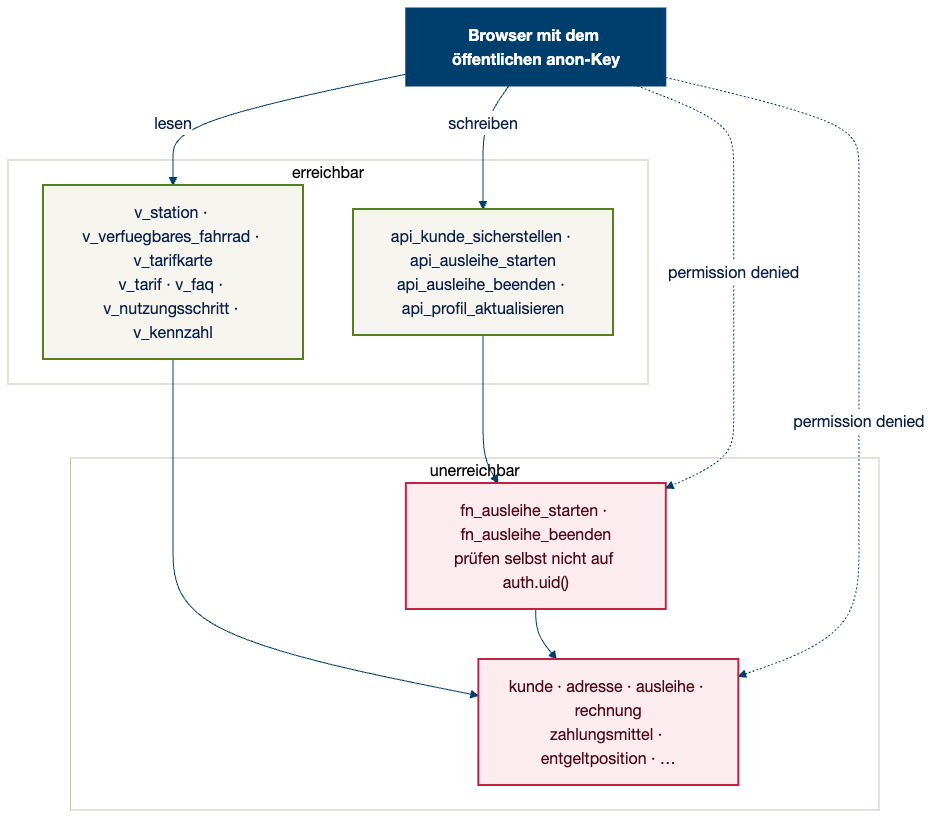
Earlier version of the Mermaid export slides/assets/sicherheit-schichten.png (swrobuts/velocity-fallstudie). Its source is kept beside it as doku/datenmodell/erd/sicherheit-schichten.mmd. The source it was exported from:
```mermaid
flowchart TB
    B["Browser mit dem öffentlichen anon-Key"]

    subgraph erlaubt["erreichbar"]
        V["v_station · v_verfuegbares_fahrrad · v_tarifkarte<br/>v_tarif · v_faq · v_nutzungsschritt · v_kennzahl"]
        R["api_kunde_sicherstellen · api_ausleihe_starten<br/>api_ausleihe_beenden · api_profil_aktualisieren"]
    end

    subgraph gesperrt["unerreichbar"]
        F["fn_ausleihe_starten · fn_ausleihe_beenden<br/>prüfen selbst nicht auf auth.uid()"]
        T["kunde · adresse · ausleihe · rechnung<br/>zahlungsmittel · entgeltposition · …"]
    end

    B -->|"lesen"| V
    B -->|"schreiben"| R
    B -.->|"permission denied"| F
    B -.->|"permission denied"| T
    V --> T
    R --> F
    F --> T

    classDef ok fill:#F7F5EF,stroke:#55801C,stroke-width:2px,color:#0B1F44
    classDef nok fill:#FDECEF,stroke:#BE2344,stroke-width:2px,color:#4A0A16
    classDef akteur fill:#003E6E,stroke:#003E6E,color:#FFFFFF,font-weight:bold
    class V,R ok
    class F,T nok
    class B akteur
```
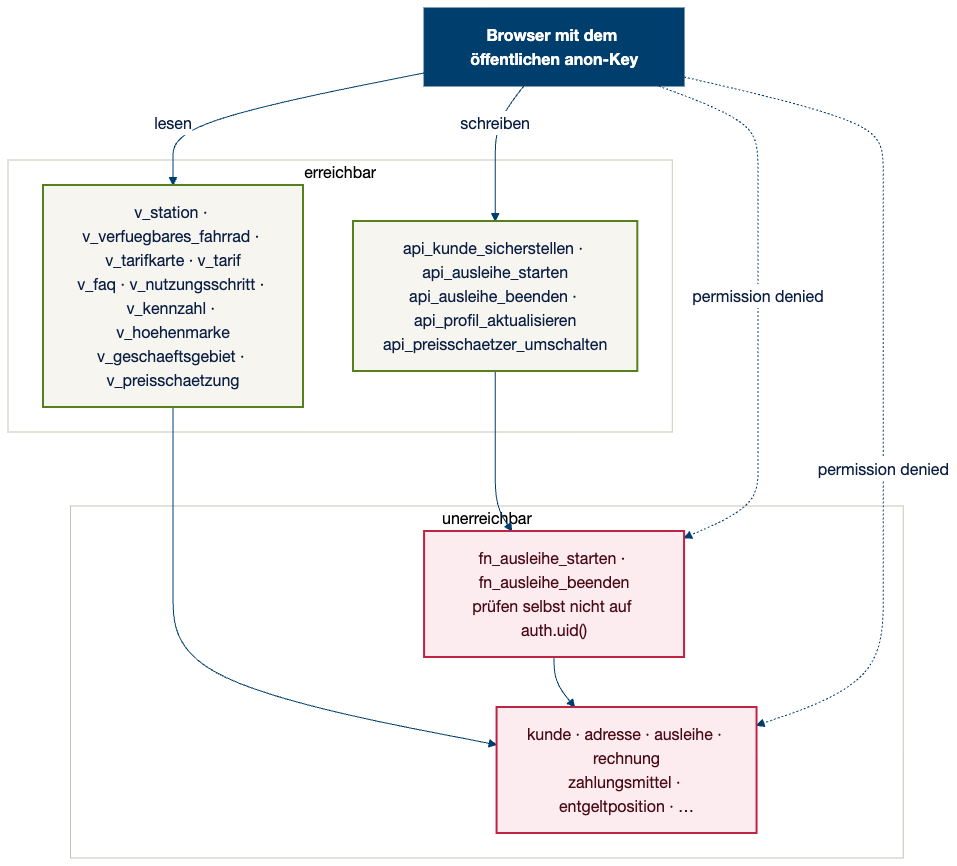
The same diagram one commit later.

Commit message:
fix(erd): drei Diagramme kannten die Preisschaetzung nicht

Change to the diagram source:
```diff
@@ -2,8 +2,8 @@
     B["Browser mit dem öffentlichen anon-Key"]
 
     subgraph erlaubt["erreichbar"]
-        V["v_station · v_verfuegbares_fahrrad · v_tarifkarte<br/>v_tarif · v_faq · v_nutzungsschritt · v_kennzahl"]
-        R["api_kunde_sicherstellen · api_ausleihe_starten<br/>api_ausleihe_beenden · api_profil_aktualisieren"]
+        V["v_station · v_verfuegbares_fahrrad · v_tarifkarte · v_tarif<br/>v_faq · v_nutzungsschritt · v_kennzahl · v_hoehenmarke<br/>v_geschaeftsgebiet · v_preisschaetzung"]
+        R["api_kunde_sicherstellen · api_ausleihe_starten<br/>api_ausleihe_beenden · api_profil_aktualisieren<br/>api_preisschaetzer_umschalten"]
     end
 
     subgraph gesperrt["unerreichbar"]
```
